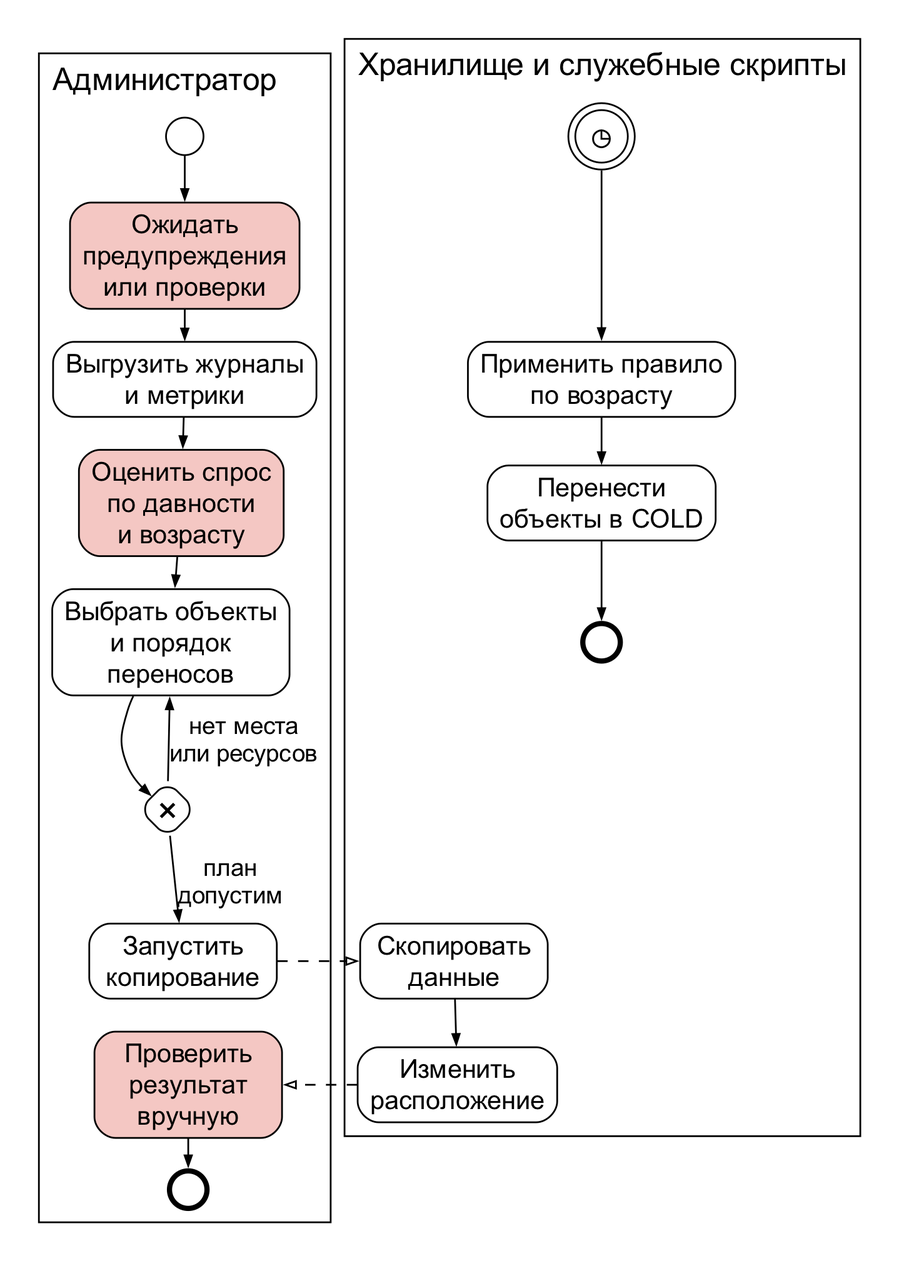
WithSoull/obsidian keeps this Graphviz diagram as 40 - Projects/Диплом/images/bpmn_asis.png. Above is the earlier version. Its source is kept beside it as 40 - Projects/Диплом/images/src/bpmn_asis.dot.
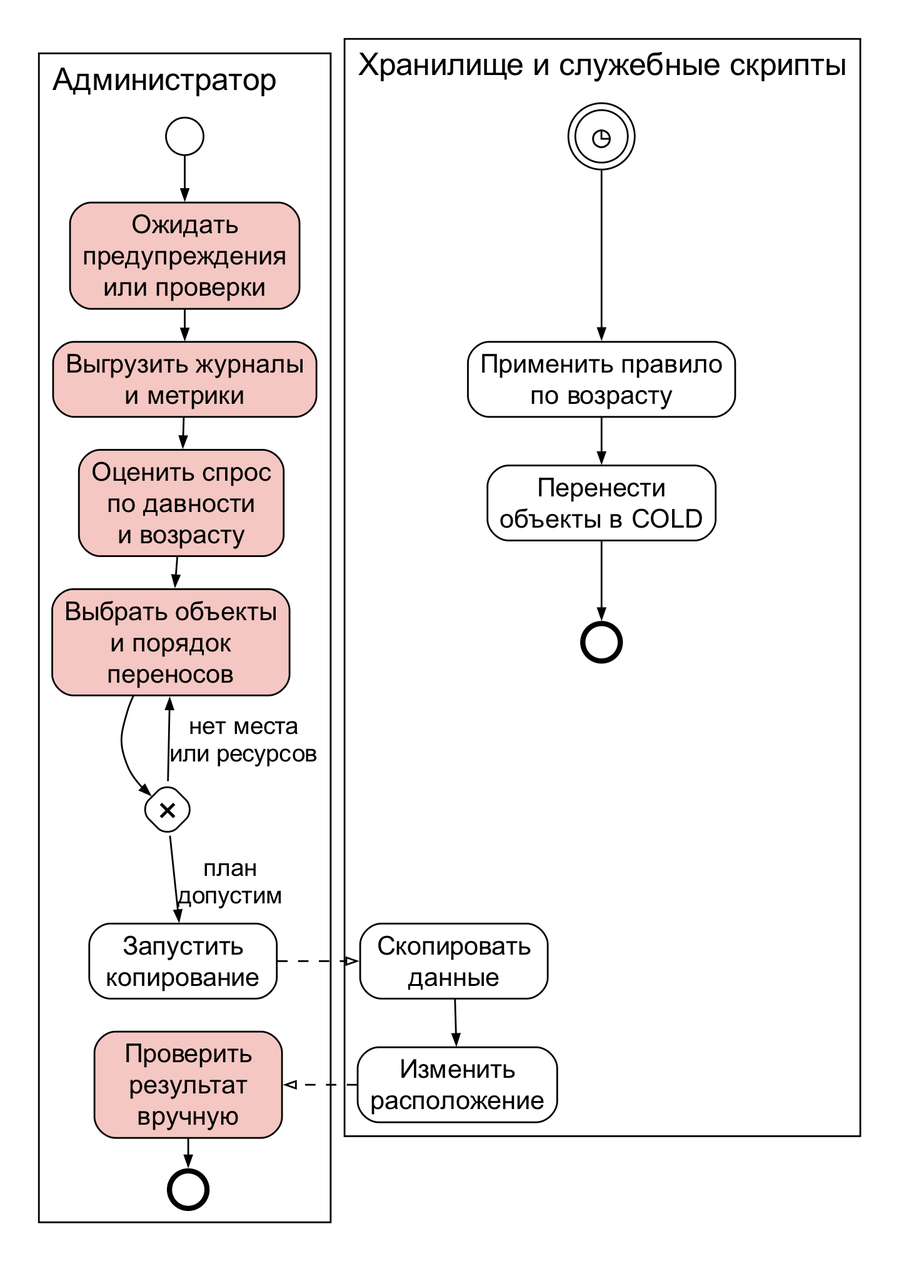
After the commit.

Change to the diagram source:
```diff
@@ -7,9 +7,9 @@
     label="Администратор"; labeljust=l; style=solid;
     a_start [label="", shape=circle, width=0.3, style=solid];
     a_wait  [label="Ожидать\nпредупреждения\nили проверки", style="rounded,filled", fillcolor="#f4c7c3"];
-    a_logs  [label="Выгрузить журналы\nи метрики"];
+    a_logs  [label="Выгрузить журналы\nи метрики", style="rounded,filled", fillcolor="#f4c7c3"];
     a_eval  [label="Оценить спрос\nпо давности\nи возрасту", style="rounded,filled", fillcolor="#f4c7c3"];
-    a_pick  [label="Выбрать объекты\nи порядок\nпереносов"];
+    a_pick  [label="Выбрать объекты\nи порядок\nпереносов", style="rounded,filled", fillcolor="#f4c7c3"];
     a_gw    [label="×", shape=diamond, width=0.45, height=0.45, fixedsize=true, fontsize=21];
     a_run   [label="Запустить\nкопирование"];
     a_check [label="Проверить\nрезультат\nвручную", style="rounded,filled", fillcolor="#f4c7c3"];
```
